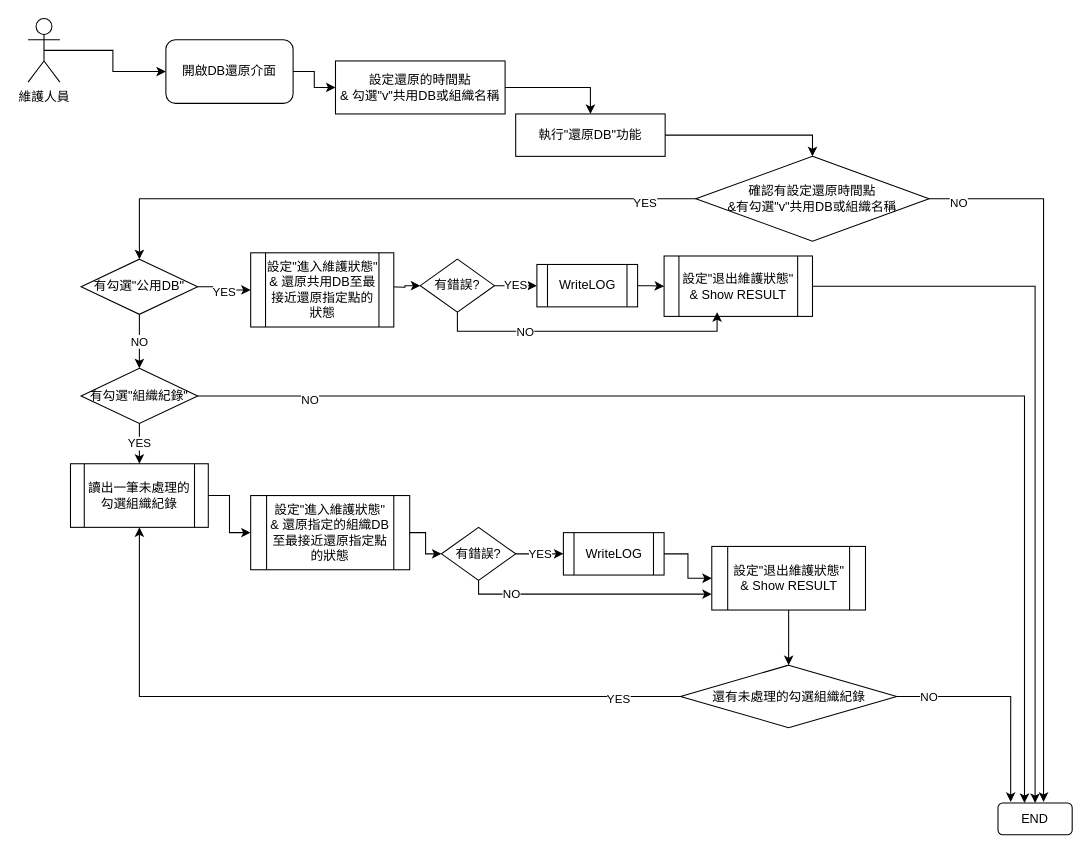
ArcareRD/sadocs keeps this draw.io diagram as asus/ASUSMaintainTool/DBRestore/SA/diagram/ASUS_restore.drawio. Above is the earlier version. Source tidied: cells renumbered, new cells numbered last; positions are measured from the earlier drawing's top-left corner, leaving out a move shared by most shapes. Both pictures are drawn from the tidied source at 106%, with x=0, y=0 at pixel (28, 18).
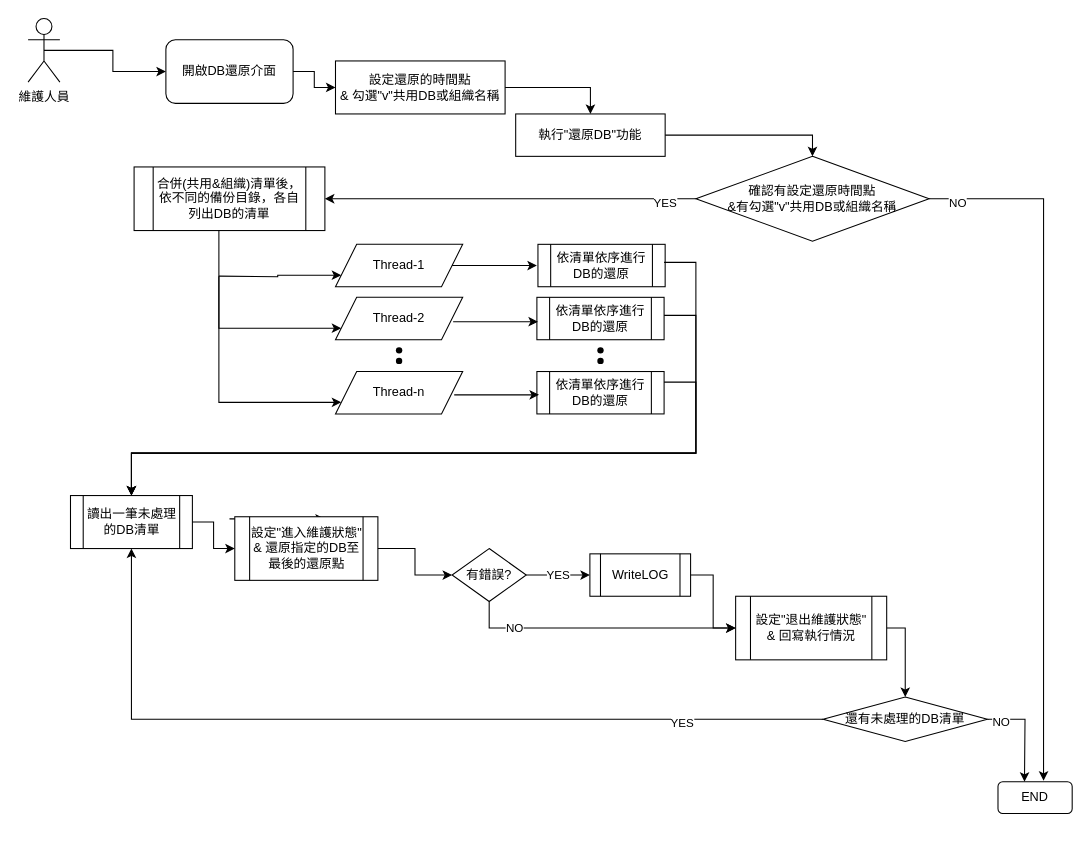
The same diagram, later.

Commit message (it also covers changes not shown here):
add thread & execute pre-condition

The change refers to these unchanged cells:
```xml
<mxCell id="8" value="確認有設定還原時間點&lt;br&gt;&amp;amp;有勾選&quot;v&quot;共用DB或組織名稱" style="rhombus;whiteSpace=wrap;html=1;" parent="1" vertex="1">
  <mxGeometry x="630" y="130" width="220" height="80" as="geometry" />
</mxCell>
```

The edit, as a diff of the source:
```diff
@@
-    <mxCell id="10" style="endArrow=classic;html=1;rounded=0;edgeStyle=orthogonalEdgeStyle;exitX=0;exitY=0.5;exitDx=0;exitDy=0;entryX=0.5;entryY=0;entryDx=0;entryDy=0;" parent="1" edge="1" source="8" target="17">
+    <mxCell id="10" style="endArrow=classic;html=1;rounded=0;edgeStyle=orthogonalEdgeStyle;exitX=0;exitY=0.5;exitDx=0;exitDy=0;entryX=1;entryY=0.5;entryDx=0;entryDy=0;" parent="1" edge="1" source="8" target="51">
       <mxGeometry relative="1" as="geometry" />
     </mxCell>
@@
     <mxCell id="12" value="END" style="rounded=1;whiteSpace=wrap;html=1;" parent="1" vertex="1">
-      <mxGeometry x="915" y="740" width="70" height="30" as="geometry" />
+      <mxGeometry x="915" y="720" width="70" height="30" as="geometry" />
     </mxCell>
-    <mxCell id="13" style="edgeStyle=orthogonalEdgeStyle;rounded=0;jettySize=auto;html=1;exitX=1;exitY=0.5;exitDx=0;exitDy=0;entryX=0.5;entryY=0;entryDx=0;entryDy=0;" parent="1" edge="1" source="26" target="12">
-      <mxGeometry relative="1" as="geometry" />
-    </mxCell>
@@
-    <mxCell id="17" value="有勾選&quot;公用DB&quot;" style="rhombus;whiteSpace=wrap;html=1;" parent="1" vertex="1">
-      <mxGeometry x="50" y="227" width="110" height="52" as="geometry" />
-    </mxCell>
-    <mxCell id="18" style="endArrow=classic;html=1;rounded=0;edgeStyle=orthogonalEdgeStyle;exitX=1;exitY=0.5;exitDx=0;exitDy=0;entryX=0;entryY=0.5;entryDx=0;entryDy=0;" parent="1" edge="1" source="17" target="23">
-      <mxGeometry relative="1" as="geometry" />
+    <mxCell id="18" style="endArrow=classic;html=1;rounded=0;edgeStyle=orthogonalEdgeStyle;exitX=1;exitY=0.5;exitDx=0;exitDy=0;entryX=0;entryY=0.5;entryDx=0;entryDy=0;" parent="1" edge="1">
+      <mxGeometry relative="1" as="geometry">
+        <mxPoint x="190" y="472" as="sourcePoint" />
+        <mxPoint x="280" y="472" as="targetPoint" />
+      </mxGeometry>
     </mxCell>
@@
-    <mxCell id="20" value="有錯誤?" style="rhombus;whiteSpace=wrap;html=1;" parent="1" vertex="1">
-      <mxGeometry x="370" y="227" width="70" height="50" as="geometry" />
-    </mxCell>
-    <mxCell id="21" style="endArrow=classic;html=1;rounded=0;edgeStyle=orthogonalEdgeStyle;exitX=1;exitY=0.5;exitDx=0;exitDy=0;entryX=0;entryY=0.5;entryDx=0;entryDy=0;" parent="1" edge="1" target="20">
-      <mxGeometry relative="1" as="geometry">
-        <mxPoint x="340" y="253" as="sourcePoint" />
-      </mxGeometry>
-    </mxCell>
-    <mxCell id="22" value="YES" style="endArrow=classic;html=1;rounded=0;edgeStyle=orthogonalEdgeStyle;exitX=1;exitY=0.5;exitDx=0;exitDy=0;entryX=0;entryY=0.5;entryDx=0;entryDy=0;" parent="1" edge="1" source="20">
-      <mxGeometry relative="1" as="geometry">
-        <mxPoint x="480" y="252" as="targetPoint" />
-      </mxGeometry>
-    </mxCell>
-    <mxCell id="23" value="設定&quot;進入維護狀態&quot; &lt;br&gt;&amp;amp; 還原共用DB至最接近還原指定點的狀態" style="shape=process;whiteSpace=wrap;html=1;backgroundOutline=1;" parent="1" vertex="1">
-      <mxGeometry x="210" y="221" width="135" height="70" as="geometry" />
-    </mxCell>
-    <mxCell id="24" value="WriteLOG" style="shape=process;whiteSpace=wrap;html=1;backgroundOutline=1;" parent="1" vertex="1">
-      <mxGeometry x="480" y="232" width="95" height="40" as="geometry" />
-    </mxCell>
-    <mxCell id="25" value="NO" style="edgeStyle=orthogonalEdgeStyle;rounded=0;jettySize=auto;html=1;exitX=0.5;exitY=1;exitDx=0;exitDy=0;entryX=0.5;entryY=0;entryDx=0;entryDy=0;" parent="1" edge="1" source="17" target="30">
-      <mxGeometry relative="1" as="geometry" />
-    </mxCell>
-    <mxCell id="26" value="設定&quot;退出維護狀態&quot;&lt;br&gt;&amp;amp;&amp;nbsp;Show RESULT" style="shape=process;whiteSpace=wrap;html=1;backgroundOutline=1;" parent="1" vertex="1">
-      <mxGeometry x="600" y="224" width="140" height="57" as="geometry" />
-    </mxCell>
-    <mxCell id="27" style="endArrow=classic;html=1;rounded=0;edgeStyle=orthogonalEdgeStyle;exitX=1;exitY=0.5;exitDx=0;exitDy=0;entryX=0;entryY=0.5;entryDx=0;entryDy=0;" parent="1" edge="1" source="24" target="26">
-      <mxGeometry relative="1" as="geometry" />
-    </mxCell>
-    <mxCell id="28" style="endArrow=classic;html=1;rounded=0;edgeStyle=orthogonalEdgeStyle;exitX=0.5;exitY=1;exitDx=0;exitDy=0;" parent="1" edge="1" source="20">
-      <mxGeometry relative="1" as="geometry">
-        <mxPoint x="650" y="277" as="targetPoint" />
-        <Array as="points">
-          <mxPoint x="405" y="295" />
-          <mxPoint x="650" y="295" />
-        </Array>
-      </mxGeometry>
-    </mxCell>
-    <mxCell id="29" value="NO" style="edgeLabel;html=1;align=center;verticalAlign=middle;" parent="28" vertex="1">
-      <mxGeometry x="-0.42" relative="1" as="geometry" />
-    </mxCell>
-    <mxCell id="30" value="有勾選&quot;組織紀錄&quot;" style="rhombus;whiteSpace=wrap;html=1;" parent="1" vertex="1">
-      <mxGeometry x="50" y="330" width="110" height="52" as="geometry" />
-    </mxCell>
-    <mxCell id="31" style="endArrow=classic;html=1;rounded=0;edgeStyle=orthogonalEdgeStyle;exitX=1;exitY=0.5;exitDx=0;exitDy=0;" parent="1" edge="1" source="30">
-      <mxGeometry relative="1" as="geometry">
-        <mxPoint x="940" y="740" as="targetPoint" />
-        <Array as="points">
-          <mxPoint x="940" y="356" />
-          <mxPoint x="940" y="740" />
-        </Array>
-      </mxGeometry>
-    </mxCell>
-    <mxCell id="32" value="NO" style="edgeLabel;html=1;align=center;verticalAlign=middle;" parent="31" vertex="1">
-      <mxGeometry x="-0.82" y="-3" relative="1" as="geometry" />
-    </mxCell>
-    <mxCell id="33" value="讀出一筆未處理的勾選組織紀錄" style="shape=process;whiteSpace=wrap;html=1;backgroundOutline=1;" parent="1" vertex="1">
-      <mxGeometry x="40" y="420" width="130" height="60" as="geometry" />
-    </mxCell>
-    <mxCell id="34" value="設定&quot;進入維護狀態&quot; &lt;br&gt;&amp;amp;&amp;nbsp;還原指定的組織DB至最接近還原指定點的狀態" style="shape=process;whiteSpace=wrap;html=1;backgroundOutline=1;" parent="1" vertex="1">
-      <mxGeometry x="210" y="450" width="150" height="70" as="geometry" />
-    </mxCell>
-    <mxCell id="35" style="endArrow=classic;html=1;rounded=0;edgeStyle=orthogonalEdgeStyle;exitX=1;exitY=0.5;exitDx=0;exitDy=0;entryX=0;entryY=0.5;entryDx=0;entryDy=0;" parent="1" edge="1" source="33" target="34">
-      <mxGeometry relative="1" as="geometry" />
-    </mxCell>
-    <mxCell id="36" value="有錯誤?" style="rhombus;whiteSpace=wrap;html=1;" parent="1" vertex="1">
-      <mxGeometry x="390" y="480" width="70" height="50" as="geometry" />
-    </mxCell>
-    <mxCell id="37" style="endArrow=classic;html=1;rounded=0;edgeStyle=orthogonalEdgeStyle;exitX=1;exitY=0.5;exitDx=0;exitDy=0;entryX=0;entryY=0.5;entryDx=0;entryDy=0;" parent="1" edge="1" source="34" target="36">
-      <mxGeometry relative="1" as="geometry" />
-    </mxCell>
-    <mxCell id="38" value="YES" style="endArrow=classic;html=1;rounded=0;edgeStyle=orthogonalEdgeStyle;exitX=1;exitY=0.5;exitDx=0;exitDy=0;entryX=0;entryY=0.5;entryDx=0;entryDy=0;" parent="1" edge="1" source="36" target="41">
-      <mxGeometry relative="1" as="geometry" />
-    </mxCell>
-    <mxCell id="39" style="edgeStyle=orthogonalEdgeStyle;rounded=0;jettySize=auto;html=1;exitX=0;exitY=0.5;exitDx=0;exitDy=0;entryX=0.5;entryY=1;entryDx=0;entryDy=0;" parent="1" edge="1" source="48" target="33">
-      <mxGeometry relative="1" as="geometry">
-        <Array as="points">
-          <mxPoint x="105" y="640" />
-        </Array>
-      </mxGeometry>
-    </mxCell>
+    <mxCell id="51" value="合併(共用&amp;amp;組織)清單後，依不同的備份目錄，各自列出DB的清單" style="shape=process;whiteSpace=wrap;html=1;backgroundOutline=1;" parent="1" vertex="1">
+      <mxGeometry x="100" y="140" width="180" height="60" as="geometry" />
+    </mxCell>
+    <mxCell id="52" value="Thread-1" style="shape=parallelogram;perimeter=parallelogramPerimeter;whiteSpace=wrap;html=1;fixedSize=1;" parent="1" vertex="1">
+      <mxGeometry x="290" y="213" width="120" height="40" as="geometry" />
+    </mxCell>
+    <mxCell id="53" value="Thread-2" style="shape=parallelogram;perimeter=parallelogramPerimeter;whiteSpace=wrap;html=1;fixedSize=1;" parent="1" vertex="1">
+      <mxGeometry x="290" y="263" width="120" height="40" as="geometry" />
+    </mxCell>
+    <mxCell id="54" value="Thread-n" style="shape=parallelogram;perimeter=parallelogramPerimeter;whiteSpace=wrap;html=1;fixedSize=1;" parent="1" vertex="1">
+      <mxGeometry x="290" y="333" width="120" height="40" as="geometry" />
+    </mxCell>
+    <mxCell id="55" value="依清單依序進行DB的還原" style="shape=process;whiteSpace=wrap;html=1;backgroundOutline=1;" parent="1" vertex="1">
+      <mxGeometry x="480" y="263" width="120" height="40" as="geometry" />
+    </mxCell>
+    <mxCell id="56" value="依清單依序進行DB的還原" style="shape=process;whiteSpace=wrap;html=1;backgroundOutline=1;" parent="1" vertex="1">
+      <mxGeometry x="480" y="333" width="120" height="40" as="geometry" />
+    </mxCell>
+    <mxCell id="57" style="endArrow=classic;html=1;rounded=0;edgeStyle=orthogonalEdgeStyle;exitX=0.5;exitY=1;exitDx=0;exitDy=0;entryX=0;entryY=0.75;entryDx=0;entryDy=0;" parent="1" edge="1" target="52">
+      <mxGeometry relative="1" as="geometry">
+        <mxPoint x="180" y="243" as="sourcePoint" />
+      </mxGeometry>
+    </mxCell>
+    <mxCell id="58" style="endArrow=classic;html=1;rounded=0;edgeStyle=orthogonalEdgeStyle;exitX=0.5;exitY=1;exitDx=0;exitDy=0;entryX=0;entryY=0.75;entryDx=0;entryDy=0;" parent="1" edge="1" target="53">
+      <mxGeometry relative="1" as="geometry">
+        <mxPoint x="180" y="243" as="sourcePoint" />
+        <Array as="points">
+          <mxPoint x="180" y="292" />
+        </Array>
+      </mxGeometry>
+    </mxCell>
+    <mxCell id="59" style="endArrow=classic;html=1;rounded=0;edgeStyle=orthogonalEdgeStyle;entryX=0;entryY=0.75;entryDx=0;entryDy=0;exitX=0.45;exitY=1;exitDx=0;exitDy=0;exitPerimeter=0;" parent="1" edge="1" source="51" target="54">
+      <mxGeometry relative="1" as="geometry">
+        <Array as="points">
+          <mxPoint x="180" y="200" />
+          <mxPoint x="180" y="362" />
+        </Array>
+      </mxGeometry>
+    </mxCell>
+    <mxCell id="60" style="endArrow=classic;html=1;rounded=0;edgeStyle=orthogonalEdgeStyle;entryX=0;entryY=0.5;entryDx=0;entryDy=0;" parent="1" edge="1" source="52">
+      <mxGeometry relative="1" as="geometry">
+        <mxPoint x="480" y="233" as="targetPoint" />
+      </mxGeometry>
+    </mxCell>
+    <mxCell id="61" style="endArrow=classic;html=1;rounded=0;edgeStyle=orthogonalEdgeStyle;entryX=0;entryY=0.5;entryDx=0;entryDy=0;" parent="1" edge="1">
+      <mxGeometry relative="1" as="geometry">
+        <mxPoint x="401" y="286" as="sourcePoint" />
+        <mxPoint x="481" y="286" as="targetPoint" />
+      </mxGeometry>
+    </mxCell>
+    <mxCell id="62" style="endArrow=classic;html=1;rounded=0;edgeStyle=orthogonalEdgeStyle;entryX=0;entryY=0.5;entryDx=0;entryDy=0;" parent="1" edge="1">
+      <mxGeometry relative="1" as="geometry">
+        <mxPoint x="402" y="355" as="sourcePoint" />
+        <mxPoint x="482" y="355" as="targetPoint" />
+      </mxGeometry>
+    </mxCell>
+    <mxCell id="63" style="group;" parent="1" vertex="1">
+      <mxGeometry x="330" y="293" width="40" height="50" as="geometry" />
+    </mxCell>
+    <mxCell id="64" style="shape=waypoint;sketch=0;fillStyle=solid;size=6;fillColor=none;perimeter=centerPerimeter;" parent="63" vertex="1">
+      <mxGeometry width="40" height="40" as="geometry" />
+    </mxCell>
+    <mxCell id="65" style="shape=waypoint;sketch=0;fillStyle=solid;size=6;fillColor=none;perimeter=centerPerimeter;" parent="63" vertex="1">
+      <mxGeometry y="10" width="40" height="40" as="geometry" />
+    </mxCell>
+    <mxCell id="66" style="group;" parent="1" vertex="1">
+      <mxGeometry x="520" y="293" width="40" height="50" as="geometry" />
+    </mxCell>
+    <mxCell id="67" style="shape=waypoint;sketch=0;fillStyle=solid;size=6;fillColor=none;perimeter=centerPerimeter;" parent="66" vertex="1">
+      <mxGeometry width="40" height="40" as="geometry" />
+    </mxCell>
+    <mxCell id="68" style="shape=waypoint;sketch=0;fillStyle=solid;size=6;fillColor=none;perimeter=centerPerimeter;" parent="66" vertex="1">
+      <mxGeometry y="10" width="40" height="40" as="geometry" />
+    </mxCell>
+    <mxCell id="69" value="依清單依序進行DB的還原" style="shape=process;whiteSpace=wrap;html=1;backgroundOutline=1;" parent="1" vertex="1">
+      <mxGeometry x="481" y="213" width="120" height="40" as="geometry" />
+    </mxCell>
+    <mxCell id="70" style="edgeStyle=orthogonalEdgeStyle;rounded=0;jettySize=auto;html=1;entryX=0.5;entryY=0;entryDx=0;entryDy=0;" parent="1" edge="1" target="73">
+      <mxGeometry x="-1" y="93" relative="1" as="geometry">
+        <mxPoint x="600" y="343" as="sourcePoint" />
+        <Array as="points">
+          <mxPoint x="630" y="343" />
+          <mxPoint x="630" y="410" />
+          <mxPoint x="98" y="410" />
+          <mxPoint x="98" y="450" />
+        </Array>
+        <mxPoint x="-72" y="-91" as="offset" />
+      </mxGeometry>
+    </mxCell>
+    <mxCell id="71" style="edgeStyle=orthogonalEdgeStyle;rounded=0;jettySize=auto;html=1;exitX=1;exitY=0.5;exitDx=0;exitDy=0;entryX=0.5;entryY=0;entryDx=0;entryDy=0;" parent="1" edge="1" target="73">
+      <mxGeometry x="-1" y="93" relative="1" as="geometry">
+        <mxPoint x="600" y="230" as="sourcePoint" />
+        <Array as="points">
+          <mxPoint x="630" y="230" />
+          <mxPoint x="630" y="410" />
+          <mxPoint x="98" y="410" />
+        </Array>
+        <mxPoint x="-72" y="-91" as="offset" />
+      </mxGeometry>
+    </mxCell>
+    <mxCell id="72" style="edgeStyle=orthogonalEdgeStyle;rounded=0;jettySize=auto;html=1;exitX=1;exitY=0.5;exitDx=0;exitDy=0;entryX=0.5;entryY=0;entryDx=0;entryDy=0;" parent="1" edge="1" target="73">
+      <mxGeometry x="-1" y="93" relative="1" as="geometry">
+        <mxPoint x="600" y="280" as="sourcePoint" />
+        <Array as="points">
+          <mxPoint x="630" y="280" />
+          <mxPoint x="630" y="410" />
+          <mxPoint x="98" y="410" />
+        </Array>
+        <mxPoint x="-72" y="-91" as="offset" />
+      </mxGeometry>
+    </mxCell>
+    <mxCell id="73" value="讀出一筆未處理的DB清單" style="shape=process;whiteSpace=wrap;html=1;backgroundOutline=1;" parent="1" vertex="1">
+      <mxGeometry x="40" y="450" width="115" height="50" as="geometry" />
+    </mxCell>
+    <mxCell id="74" value="設定&quot;進入維護狀態&quot; &lt;br&gt;&amp;amp;&amp;nbsp;還原指定的DB至最後的還原點" style="shape=process;whiteSpace=wrap;html=1;backgroundOutline=1;" parent="1" vertex="1">
+      <mxGeometry x="195" y="470" width="135" height="60" as="geometry" />
+    </mxCell>
+    <mxCell id="75" style="endArrow=classic;html=1;rounded=0;edgeStyle=orthogonalEdgeStyle;exitX=1;exitY=0.5;exitDx=0;exitDy=0;entryX=0;entryY=0.5;entryDx=0;entryDy=0;" parent="1" edge="1" source="73" target="74">
+      <mxGeometry relative="1" as="geometry" />
+    </mxCell>
+    <mxCell id="76" value="有錯誤?" style="rhombus;whiteSpace=wrap;html=1;" parent="1" vertex="1">
+      <mxGeometry x="400" y="500" width="70" height="50" as="geometry" />
+    </mxCell>
+    <mxCell id="77" style="endArrow=classic;html=1;rounded=0;edgeStyle=orthogonalEdgeStyle;exitX=1;exitY=0.5;exitDx=0;exitDy=0;entryX=0;entryY=0.5;entryDx=0;entryDy=0;" parent="1" edge="1" source="74" target="76">
+      <mxGeometry relative="1" as="geometry" />
+    </mxCell>
+    <mxCell id="78" value="YES" style="endArrow=classic;html=1;rounded=0;edgeStyle=orthogonalEdgeStyle;exitX=1;exitY=0.5;exitDx=0;exitDy=0;entryX=0;entryY=0.5;entryDx=0;entryDy=0;" parent="1" edge="1" source="76" target="80">
+      <mxGeometry relative="1" as="geometry" />
+    </mxCell>
+    <mxCell id="79" style="edgeStyle=orthogonalEdgeStyle;rounded=0;jettySize=auto;html=1;exitX=1;exitY=0.5;exitDx=0;exitDy=0;entryX=0.5;entryY=0;entryDx=0;entryDy=0;" parent="1" edge="1" source="85" target="84">
+      <mxGeometry relative="1" as="geometry">
+        <Array as="points">
+          <mxPoint x="828" y="575" />
+        </Array>
+      </mxGeometry>
+    </mxCell>
+    <mxCell id="80" value="WriteLOG" style="shape=process;whiteSpace=wrap;html=1;backgroundOutline=1;" parent="1" vertex="1">
+      <mxGeometry x="530" y="505" width="95" height="40" as="geometry" />
+    </mxCell>
+    <mxCell id="81" style="edgeStyle=orthogonalEdgeStyle;rounded=0;jettySize=auto;html=1;exitX=0;exitY=0.5;exitDx=0;exitDy=0;entryX=0.5;entryY=1;entryDx=0;entryDy=0;" parent="1" edge="1" source="84" target="73">
+      <mxGeometry relative="1" as="geometry" />
+    </mxCell>
-    <mxCell id="40" value="YES" style="edgeLabel;html=1;align=center;verticalAlign=middle;" parent="39" vertex="1">
-      <mxGeometry x="-0.82" y="2" relative="1" as="geometry">
-        <mxPoint x="1" as="offset" />
-      </mxGeometry>
+    <mxCell id="40" value="YES" style="edgeLabel;html=1;align=center;verticalAlign=middle;" parent="81" vertex="1">
+      <mxGeometry x="-0.67" y="3" relative="1" as="geometry" />
     </mxCell>
-    <mxCell id="41" value="WriteLOG" style="shape=process;whiteSpace=wrap;html=1;backgroundOutline=1;" parent="1" vertex="1">
-      <mxGeometry x="505" y="485" width="95" height="40" as="geometry" />
-    </mxCell>
-    <mxCell id="42" style="edgeStyle=orthogonalEdgeStyle;rounded=0;jettySize=auto;html=1;exitX=1;exitY=0.5;exitDx=0;exitDy=0;entryX=0.171;entryY=-0.033;entryDx=0;entryDy=0;entryPerimeter=0;" parent="1" edge="1" source="48" target="12">
-      <mxGeometry relative="1" as="geometry" />
-    </mxCell>
-    <mxCell id="43" value="NO" style="edgeLabel;html=1;align=center;verticalAlign=middle;" parent="42" vertex="1">
-      <mxGeometry x="-0.72" y="1" relative="1" as="geometry">
-        <mxPoint x="1" y="1" as="offset" />
-      </mxGeometry>
-    </mxCell>
-    <mxCell id="44" value="設定&quot;退出維護狀態&quot;&lt;br&gt;&amp;amp; Show RESULT" style="shape=process;whiteSpace=wrap;html=1;backgroundOutline=1;" parent="1" vertex="1">
-      <mxGeometry x="645" y="498" width="145" height="60" as="geometry" />
-    </mxCell>
-    <mxCell id="45" style="endArrow=classic;html=1;rounded=0;edgeStyle=orthogonalEdgeStyle;exitX=1;exitY=0.5;exitDx=0;exitDy=0;entryX=0;entryY=0.5;entryDx=0;entryDy=0;" parent="1" edge="1" source="41" target="44">
-      <mxGeometry relative="1" as="geometry" />
-    </mxCell>
-    <mxCell id="46" style="endArrow=classic;html=1;rounded=0;edgeStyle=orthogonalEdgeStyle;exitX=0.5;exitY=1;exitDx=0;exitDy=0;entryX=0;entryY=0.75;entryDx=0;entryDy=0;" parent="1" edge="1" source="36" target="44">
-      <mxGeometry relative="1" as="geometry">
-        <Array as="points">
-          <mxPoint x="425" y="543" />
-        </Array>
-      </mxGeometry>
-    </mxCell>
-    <mxCell id="47" value="NO" style="edgeLabel;html=1;align=center;verticalAlign=middle;" parent="46" vertex="1">
-      <mxGeometry x="-0.63" y="1" relative="1" as="geometry" />
-    </mxCell>
-    <mxCell id="48" value="還有未處理的勾選組織紀錄" style="rhombus;whiteSpace=wrap;html=1;" parent="1" vertex="1">
-      <mxGeometry x="615.5" y="610" width="204" height="59" as="geometry" />
-    </mxCell>
-    <mxCell id="49" value="YES" style="endArrow=classic;html=1;rounded=0;edgeStyle=orthogonalEdgeStyle;exitX=0.5;exitY=1;exitDx=0;exitDy=0;entryX=0.5;entryY=0;entryDx=0;entryDy=0;" parent="1" edge="1" source="30" target="33">
-      <mxGeometry relative="1" as="geometry" />
-    </mxCell>
-    <mxCell id="50" style="endArrow=classic;html=1;rounded=0;edgeStyle=orthogonalEdgeStyle;exitX=0.5;exitY=1;exitDx=0;exitDy=0;entryX=0.5;entryY=0;entryDx=0;entryDy=0;" parent="1" edge="1" source="44" target="48">
-      <mxGeometry relative="1" as="geometry" />
-    </mxCell>
+    <mxCell id="82" style="edgeStyle=orthogonalEdgeStyle;rounded=0;jettySize=auto;html=1;exitX=1;exitY=0.5;exitDx=0;exitDy=0;" parent="1" edge="1" source="84">
+      <mxGeometry relative="1" as="geometry">
+        <mxPoint x="940" y="720" as="targetPoint" />
+      </mxGeometry>
+    </mxCell>
+    <mxCell id="83" value="NO" style="edgeLabel;html=1;align=center;verticalAlign=middle;" parent="82" vertex="1">
+      <mxGeometry x="-0.75" y="-2" relative="1" as="geometry" />
+    </mxCell>
+    <mxCell id="84" value="還有未處理的DB清單" style="rhombus;whiteSpace=wrap;html=1;" parent="1" vertex="1">
+      <mxGeometry x="750" y="640" width="155" height="42" as="geometry" />
+    </mxCell>
+    <mxCell id="85" value="設定&quot;退出維護狀態&quot;&lt;br&gt;&amp;amp; 回寫執行情況" style="shape=process;whiteSpace=wrap;html=1;backgroundOutline=1;" parent="1" vertex="1">
+      <mxGeometry x="667.5" y="545" width="142.5" height="60" as="geometry" />
+    </mxCell>
+    <mxCell id="86" style="endArrow=classic;html=1;rounded=0;edgeStyle=orthogonalEdgeStyle;exitX=1;exitY=0.5;exitDx=0;exitDy=0;entryX=0;entryY=0.5;entryDx=0;entryDy=0;" parent="1" edge="1" source="80" target="85">
+      <mxGeometry relative="1" as="geometry" />
+    </mxCell>
+    <mxCell id="87" style="endArrow=classic;html=1;rounded=0;edgeStyle=orthogonalEdgeStyle;entryX=0;entryY=0.5;entryDx=0;entryDy=0;" parent="1" edge="1" target="85">
+      <mxGeometry relative="1" as="geometry">
+        <mxPoint x="435" y="550" as="sourcePoint" />
+        <Array as="points">
+          <mxPoint x="435" y="575" />
+        </Array>
+      </mxGeometry>
+    </mxCell>
+    <mxCell id="88" value="NO" style="edgeLabel;html=1;align=center;verticalAlign=middle;" parent="87" vertex="1">
+      <mxGeometry x="-0.63" y="1" relative="1" as="geometry" />
+    </mxCell>
```
